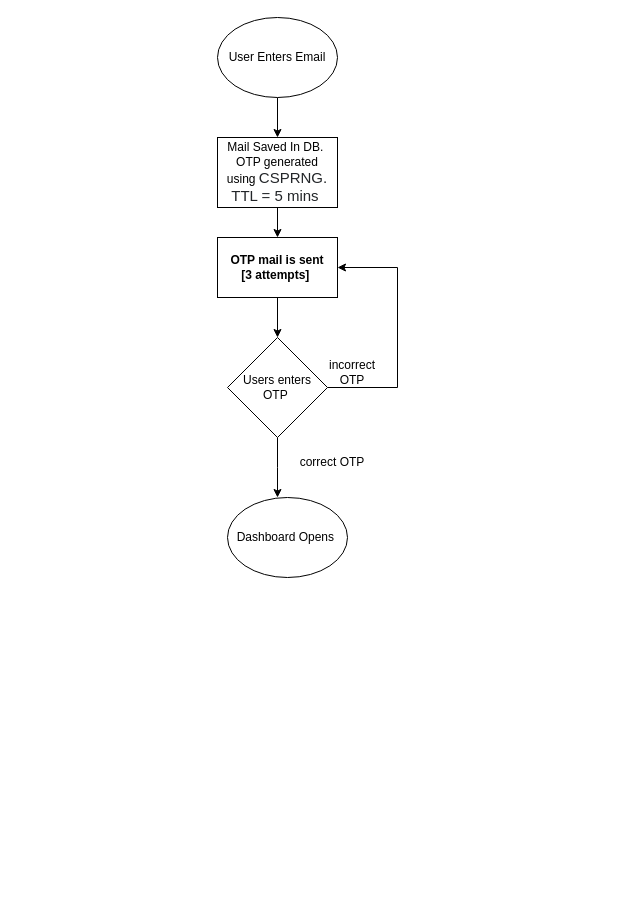
The draw.io diagram Email Login Flow .drawio in addy1397/solve-my-inheritence-flow-diagrams, before the edit. Source tidied: cells renumbered, new cells numbered last; positions are measured from the earlier drawing's top-left corner, leaving out a move shared by most shapes. Both pictures are drawn from the tidied source at 100%, with x=0, y=0 at pixel (217, 17).
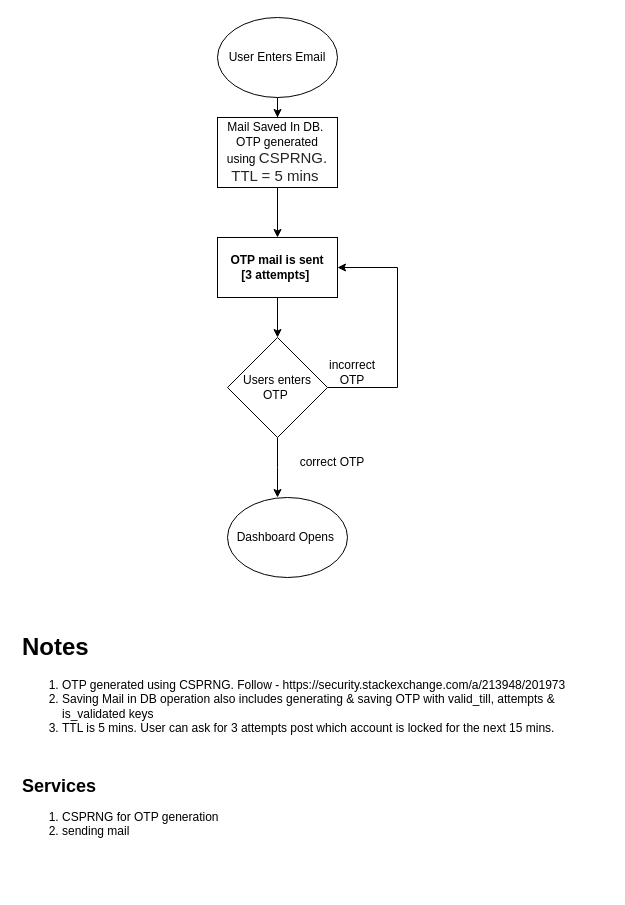
After the change.

Diff of the diagram source:
```diff
@@
 <mxGraphModel>
   <root>
     <mxCell id="0" />
     <mxCell id="1" parent="0" />
     <mxCell id="2" style="edgeStyle=orthogonalEdgeStyle;rounded=0;jettySize=auto;html=1;" parent="1" edge="1" source="3" target="5">
       <mxGeometry relative="1" as="geometry" />
     </mxCell>
     <mxCell id="3" value="User Enters Email" style="ellipse;whiteSpace=wrap;html=1;" parent="1" vertex="1">
       <mxGeometry width="120" height="80" as="geometry" />
     </mxCell>
-    <mxCell id="4" style="edgeStyle=orthogonalEdgeStyle;rounded=0;jettySize=auto;html=1;" parent="1" edge="1" source="5" target="7">
+    <mxCell id="4" style="edgeStyle=orthogonalEdgeStyle;rounded=0;jettySize=auto;html=1;fontSize=18;" parent="1" edge="1" source="5" target="7">
       <mxGeometry relative="1" as="geometry" />
     </mxCell>
     <mxCell id="5" value="Mail Saved In DB.&amp;nbsp;&lt;br&gt;OTP generated using&amp;nbsp;&lt;span style=&quot;color: rgb(35 , 38 , 41) ; font-family: , &amp;#34;system-ui&amp;#34; , &amp;#34;segoe ui&amp;#34; , &amp;#34;liberation sans&amp;#34; , sans-serif ; font-size: 15px ; text-align: left ; background-color: rgb(255 , 255 , 255)&quot;&gt;CSPRNG. TTL = 5 mins&amp;nbsp;&lt;/span&gt;" style="whiteSpace=wrap;html=1;" parent="1" vertex="1">
-      <mxGeometry y="120" width="120" height="70" as="geometry" />
+      <mxGeometry y="100" width="120" height="70" as="geometry" />
     </mxCell>
     <mxCell id="6" style="edgeStyle=orthogonalEdgeStyle;rounded=0;jettySize=auto;html=1;" parent="1" edge="1" source="7" target="10">
       <mxGeometry relative="1" as="geometry" />
     </mxCell>
     <mxCell id="7" value="&lt;b&gt;OTP mail is sent &lt;br&gt;[3 attempts]&amp;nbsp;&lt;/b&gt;" style="whiteSpace=wrap;html=1;" parent="1" vertex="1">
       <mxGeometry y="220" width="120" height="60" as="geometry" />
     </mxCell>
     <mxCell id="8" style="edgeStyle=orthogonalEdgeStyle;rounded=0;jettySize=auto;html=1;entryX=1;entryY=0.5;entryDx=0;entryDy=0;" parent="1" edge="1" source="10" target="7">
       <mxGeometry relative="1" as="geometry">
         <Array as="points">
           <mxPoint x="180" y="370" />
           <mxPoint x="180" y="250" />
         </Array>
       </mxGeometry>
     </mxCell>
     <mxCell id="9" style="edgeStyle=orthogonalEdgeStyle;rounded=0;jettySize=auto;html=1;" parent="1" edge="1" source="10">
       <mxGeometry relative="1" as="geometry">
         <mxPoint x="60" y="480" as="targetPoint" />
       </mxGeometry>
     </mxCell>
     <mxCell id="10" value="Users enters OTP&amp;nbsp;" style="rhombus;whiteSpace=wrap;html=1;" parent="1" vertex="1">
       <mxGeometry x="10" y="320" width="100" height="100" as="geometry" />
     </mxCell>
     <mxCell id="11" value="incorrect OTP" style="text;html=1;strokeColor=none;fillColor=none;align=center;verticalAlign=middle;whiteSpace=wrap;rounded=0;" parent="1" vertex="1">
       <mxGeometry x="100" y="340" width="70" height="30" as="geometry" />
     </mxCell>
     <mxCell id="12" value="correct OTP" style="text;html=1;strokeColor=none;fillColor=none;align=center;verticalAlign=middle;whiteSpace=wrap;rounded=0;" parent="1" vertex="1">
       <mxGeometry x="80" y="430" width="70" height="30" as="geometry" />
     </mxCell>
     <mxCell id="13" value="Dashboard Opens&amp;nbsp;" style="ellipse;whiteSpace=wrap;html=1;" parent="1" vertex="1">
       <mxGeometry x="10" y="480" width="120" height="80" as="geometry" />
     </mxCell>
+    <mxCell id="14" value="&lt;h1&gt;Notes&amp;nbsp;&lt;/h1&gt;&lt;p&gt;&lt;/p&gt;&lt;ol&gt;&lt;li&gt;OTP generated using CSPRNG. Follow -&amp;nbsp;https://security.stackexchange.com/a/213948/201973&lt;/li&gt;&lt;li&gt;Saving Mail in DB operation also includes generating &amp;amp; saving OTP with valid_till, attempts &amp;amp; is_validated keys&amp;nbsp;&lt;/li&gt;&lt;li&gt;TTL is 5 mins. User can ask for 3 attempts post which account is locked for the next 15 mins.&lt;/li&gt;&lt;/ol&gt;&lt;div&gt;&lt;br&gt;&lt;/div&gt;&lt;div&gt;&lt;br&gt;&lt;/div&gt;&lt;div&gt;&lt;b&gt;&lt;font style=&quot;font-size: 18px&quot;&gt;Services&lt;/font&gt;&lt;/b&gt;&lt;/div&gt;&lt;div&gt;&lt;ol&gt;&lt;li&gt;CSPRNG for OTP generation&amp;nbsp;&lt;/li&gt;&lt;li&gt;sending mail&amp;nbsp;&amp;nbsp;&lt;span&gt;&amp;nbsp;&lt;/span&gt;&lt;/li&gt;&lt;/ol&gt;&lt;/div&gt;&lt;p&gt;&lt;/p&gt;" style="text;html=1;strokeColor=none;fillColor=none;spacing=5;spacingTop=-20;whiteSpace=wrap;overflow=hidden;rounded=0;" parent="1" vertex="1">
+      <mxGeometry x="-200" y="610" width="591" height="260" as="geometry" />
+    </mxCell>
   </root>
 </mxGraphModel>
```
